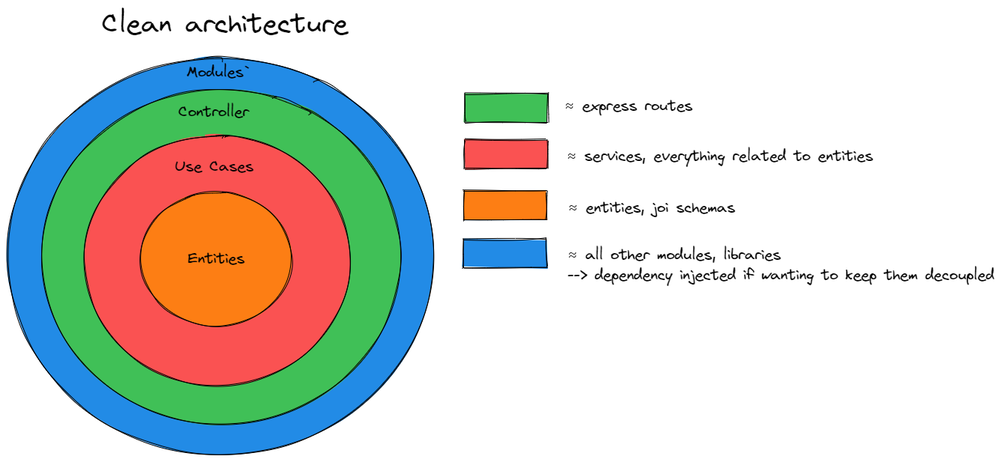
Above: Backend/notes/clean_architecture.excalidraw.png in Dyvd4/ticketify (Excalidraw), before the change. Source tidied: one line per element, renumbered; positions are measured from the earlier drawing's top-left corner, leaving out a move shared by most shapes.
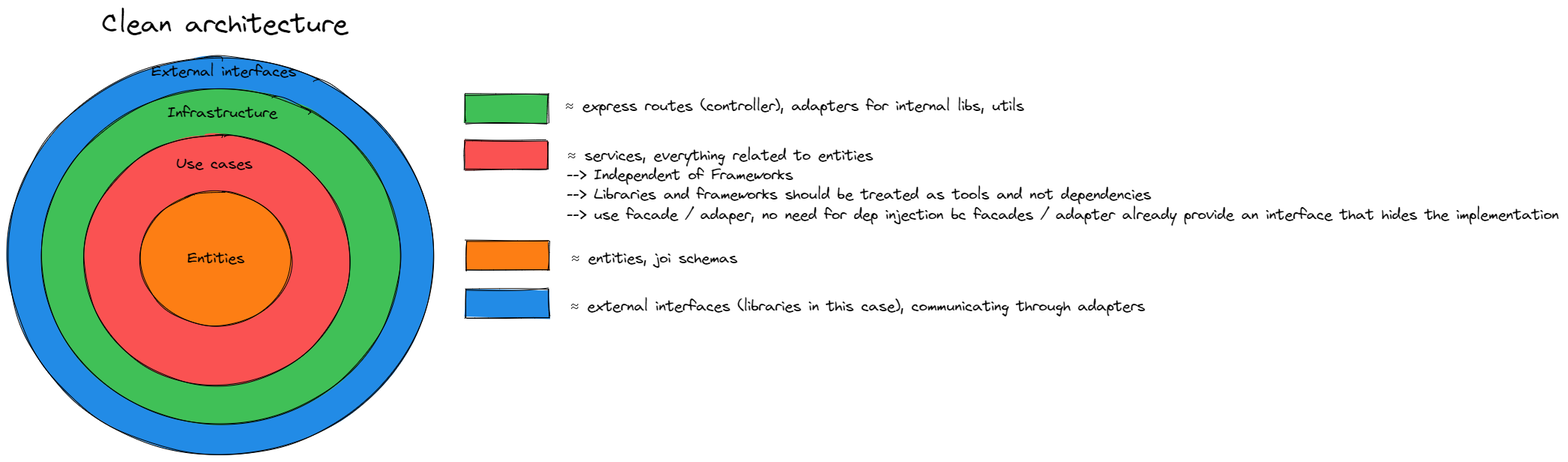
After the change.

Diff of the diagram source:
```diff
@@ -1,17 +1,17 @@
-{"id": 0, "type": "ellipse", "strokeColor": "#000000", "backgroundColor": "#228be6", "fillStyle": "solid", "strokeWidth": 1, "roughness": 1, "x": 0, "y": 67, "width": 568, "height": 530}
+{"id": 0, "type": "ellipse", "strokeColor": "#000000", "backgroundColor": "#228be6", "fillStyle": "solid", "strokeWidth": 1, "roughness": 1, "x": 0, "y": 66, "width": 568, "height": 530}
-{"id": 1, "type": "ellipse", "strokeColor": "#000000", "backgroundColor": "#40c057", "fillStyle": "solid", "strokeWidth": 1, "roughness": 1, "x": 46, "y": 109, "width": 478, "height": 447}
+{"id": 1, "type": "ellipse", "strokeColor": "#000000", "backgroundColor": "#40c057", "fillStyle": "solid", "strokeWidth": 1, "roughness": 1, "x": 46, "y": 108, "width": 478, "height": 447}
-{"id": 2, "type": "ellipse", "strokeColor": "#000000", "backgroundColor": "#fa5252", "fillStyle": "solid", "strokeWidth": 1, "roughness": 1, "x": 103, "y": 171, "width": 354, "height": 334}
+{"id": 2, "type": "ellipse", "strokeColor": "#000000", "backgroundColor": "#fa5252", "fillStyle": "solid", "strokeWidth": 1, "roughness": 1, "x": 102, "y": 170, "width": 354, "height": 334}
-{"id": 3, "type": "ellipse", "strokeColor": "#000000", "backgroundColor": "#fd7e14", "fillStyle": "solid", "strokeWidth": 1, "roughness": 1, "x": 178, "y": 246, "width": 202, "height": 179}
+{"id": 3, "type": "ellipse", "strokeColor": "#000000", "backgroundColor": "#fd7e14", "fillStyle": "solid", "strokeWidth": 1, "roughness": 1, "x": 177, "y": 245, "width": 202, "height": 179}
-{"id": 4, "type": "text", "text": "Entities", "strokeColor": "#000000", "strokeWidth": 1, "roughness": 1, "fontSize": 20, "fontFamily": 1, "textAlign": "center", "verticalAlign": "middle", "inside": 3, "x": 239, "y": 323, "width": 78, "height": 25}
+{"id": 4, "type": "text", "text": "Entities", "strokeColor": "#000000", "strokeWidth": 1, "roughness": 1, "fontSize": 20, "fontFamily": 1, "textAlign": "center", "verticalAlign": "middle", "inside": 3, "x": 239, "y": 322, "width": 78, "height": 25}
-{"id": 5, "type": "text", "text": "Use Cases", "strokeColor": "#000000", "backgroundColor": "#40c057", "fillStyle": "solid", "strokeWidth": 1, "roughness": 1, "fontSize": 20, "fontFamily": 1, "x": 223, "y": 200, "width": 107, "height": 25}
+{"id": 5, "type": "text", "text": "Use cases", "strokeColor": "#000000", "backgroundColor": "#40c057", "fillStyle": "solid", "strokeWidth": 1, "roughness": 1, "fontSize": 20, "fontFamily": 1, "x": 225, "y": 196, "width": 104, "height": 25}
-{"id": 6, "type": "text", "text": "Controller", "strokeColor": "#000000", "backgroundColor": "#40c057", "fillStyle": "solid", "strokeWidth": 1, "roughness": 1, "fontSize": 20, "fontFamily": 1, "x": 228, "y": 127, "width": 96, "height": 25}
+{"id": 6, "type": "text", "text": "Infrastructure", "strokeColor": "#000000", "backgroundColor": "#40c057", "fillStyle": "solid", "strokeWidth": 1, "roughness": 1, "fontSize": 20, "fontFamily": 1, "x": 213, "y": 128, "width": 148, "height": 25}
 {"id": 7, "type": "rectangle", "strokeColor": "#000000", "backgroundColor": "#40c057", "fillStyle": "solid", "strokeWidth": 1, "roughness": 1, "x": 610, "y": 115, "width": 111, "height": 38}
-{"id": 8, "type": "rectangle", "strokeColor": "#000000", "backgroundColor": "#fa5252", "fillStyle": "solid", "strokeWidth": 1, "roughness": 1, "x": 609, "y": 177, "width": 111, "height": 38}
+{"id": 8, "type": "rectangle", "strokeColor": "#000000", "backgroundColor": "#fa5252", "fillStyle": "solid", "strokeWidth": 1, "roughness": 1, "x": 610, "y": 178, "width": 111, "height": 38}
-{"id": 9, "type": "rectangle", "strokeColor": "#000000", "backgroundColor": "#fd7e14", "fillStyle": "solid", "strokeWidth": 1, "roughness": 1, "x": 609, "y": 245, "width": 111, "height": 38}
+{"id": 9, "type": "rectangle", "strokeColor": "#000000", "backgroundColor": "#fd7e14", "fillStyle": "solid", "strokeWidth": 1, "roughness": 1, "x": 612, "y": 312, "width": 111, "height": 38}
-{"id": 10, "type": "text", "text": "≈ express routes", "strokeColor": "#000000", "backgroundColor": "#40c057", "fillStyle": "solid", "strokeWidth": 1, "roughness": 1, "fontSize": 20, "fontFamily": 1, "x": 743, "y": 116, "width": 173, "height": 29}
+{"id": 10, "type": "text", "text": "≈ express routes (controller), adapters for internal libs, utils", "strokeColor": "#000000", "backgroundColor": "#40c057", "fillStyle": "solid", "strokeWidth": 1, "roughness": 1, "fontSize": 20, "fontFamily": 1, "x": 743, "y": 116, "width": 615, "height": 29}
-{"id": 11, "type": "text", "text": "≈ services, everything related to entities", "strokeColor": "#000000", "backgroundColor": "#40c057", "fillStyle": "solid", "strokeWidth": 1, "roughness": 1, "fontSize": 20, "fontFamily": 1, "x": 746, "y": 183, "width": 411, "height": 29}
+{"id": 11, "type": "text", "text": "≈ services, everything related to entities\n--> Independent of Frameworks\n--> Libraries and frameworks should be treated as tools and not dependencies\n--> use facade / adaper, no need for dep injection bc facades / adapter already provide an interface that hides the implementation", "strokeColor": "#000000", "backgroundColor": "#40c057", "fillStyle": "solid", "strokeWidth": 1, "roughness": 1, "fontSize": 20, "fontFamily": 1, "x": 746, "y": 184, "width": 1326, "height": 105}
-{"id": 12, "type": "text", "text": "≈ entities, joi schemas", "strokeColor": "#000000", "backgroundColor": "#40c057", "fillStyle": "solid", "strokeWidth": 1, "roughness": 1, "fontSize": 20, "fontFamily": 1, "x": 748, "y": 252, "width": 225, "height": 29}
+{"id": 12, "type": "text", "text": "≈ entities, joi schemas", "strokeColor": "#000000", "backgroundColor": "#40c057", "fillStyle": "solid", "strokeWidth": 1, "roughness": 1, "fontSize": 20, "fontFamily": 1, "x": 751, "y": 319, "width": 225, "height": 29}
 {"id": 13, "type": "text", "text": "Clean architecture", "strokeColor": "#000000", "backgroundColor": "#fd7e14", "fillStyle": "solid", "strokeWidth": 1, "roughness": 1, "fontSize": 36, "fontFamily": 1, "x": 126, "y": 0, "width": 330, "height": 45}
-{"id": 14, "type": "rectangle", "strokeColor": "#000000", "backgroundColor": "#228be6", "fillStyle": "solid", "strokeWidth": 1, "roughness": 1, "x": 608, "y": 309, "width": 111, "height": 38}
+{"id": 14, "type": "rectangle", "strokeColor": "#000000", "backgroundColor": "#228be6", "fillStyle": "solid", "strokeWidth": 1, "roughness": 1, "x": 611, "y": 375, "width": 111, "height": 38}
-{"id": 15, "type": "text", "text": "≈ all other modules, libraries\n--> dependency injected if wanting to keep them decoupled", "strokeColor": "#000000", "backgroundColor": "#40c057", "fillStyle": "solid", "strokeWidth": 1, "roughness": 1, "fontSize": 20, "fontFamily": 1, "x": 747, "y": 316, "width": 571, "height": 54}
+{"id": 15, "type": "text", "text": "≈ external interfaces (libraries in this case), communicating through adapters", "strokeColor": "#000000", "backgroundColor": "#40c057", "fillStyle": "solid", "strokeWidth": 1, "roughness": 1, "fontSize": 20, "fontFamily": 1, "x": 750, "y": 383, "width": 770, "height": 29}
-{"id": 16, "type": "text", "text": "Modules`", "strokeColor": "#000000", "strokeWidth": 1, "roughness": 1, "fontSize": 20, "fontFamily": 1, "x": 239, "y": 74, "width": 87, "height": 25}
+{"id": 16, "type": "text", "text": "External interfaces", "strokeColor": "#000000", "strokeWidth": 1, "roughness": 1, "fontSize": 20, "fontFamily": 1, "x": 192, "y": 73, "width": 195, "height": 25}
```
